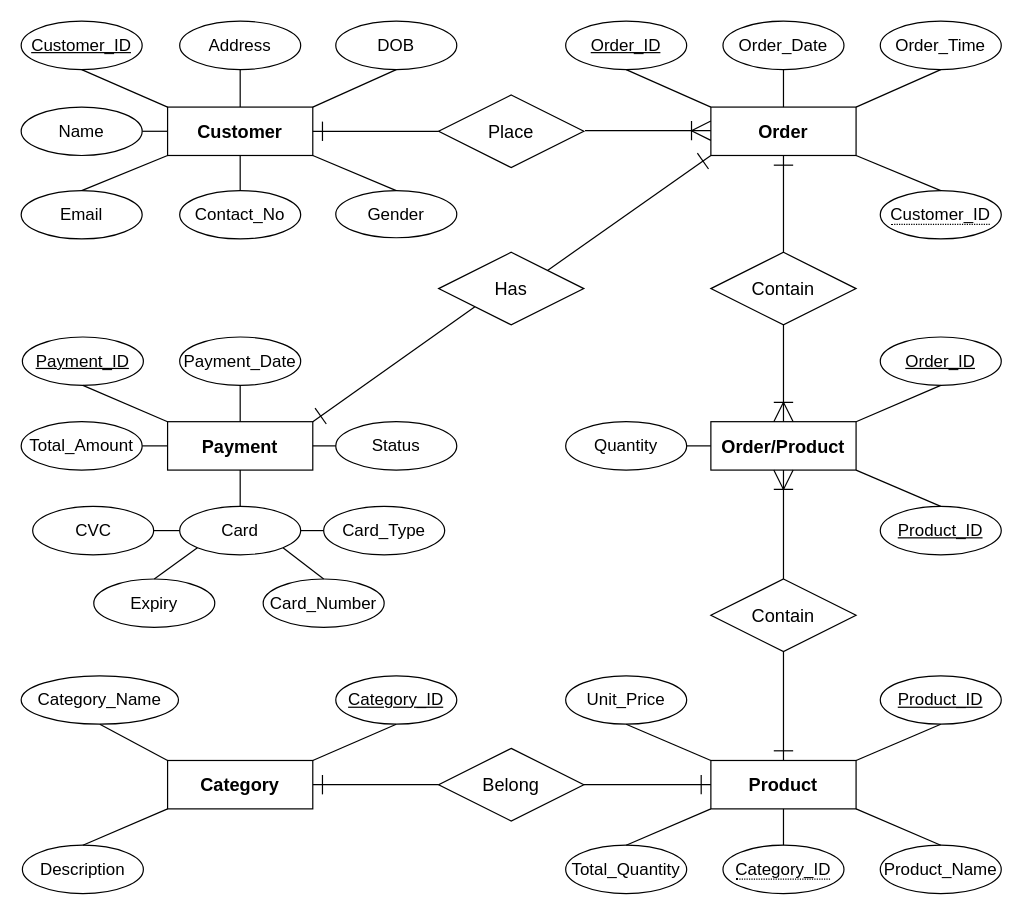
Earlier version of the draw.io diagram DDD/Sampath Food City.drawio (ThanushkarSiva1238/Database_Design). Source tidied: cells renumbered, new cells numbered last; positions are measured from the earlier drawing's top-left corner, leaving out a move shared by most shapes. Both pictures are drawn from the tidied source at 121%, with x=0, y=0 at pixel (21, 21).
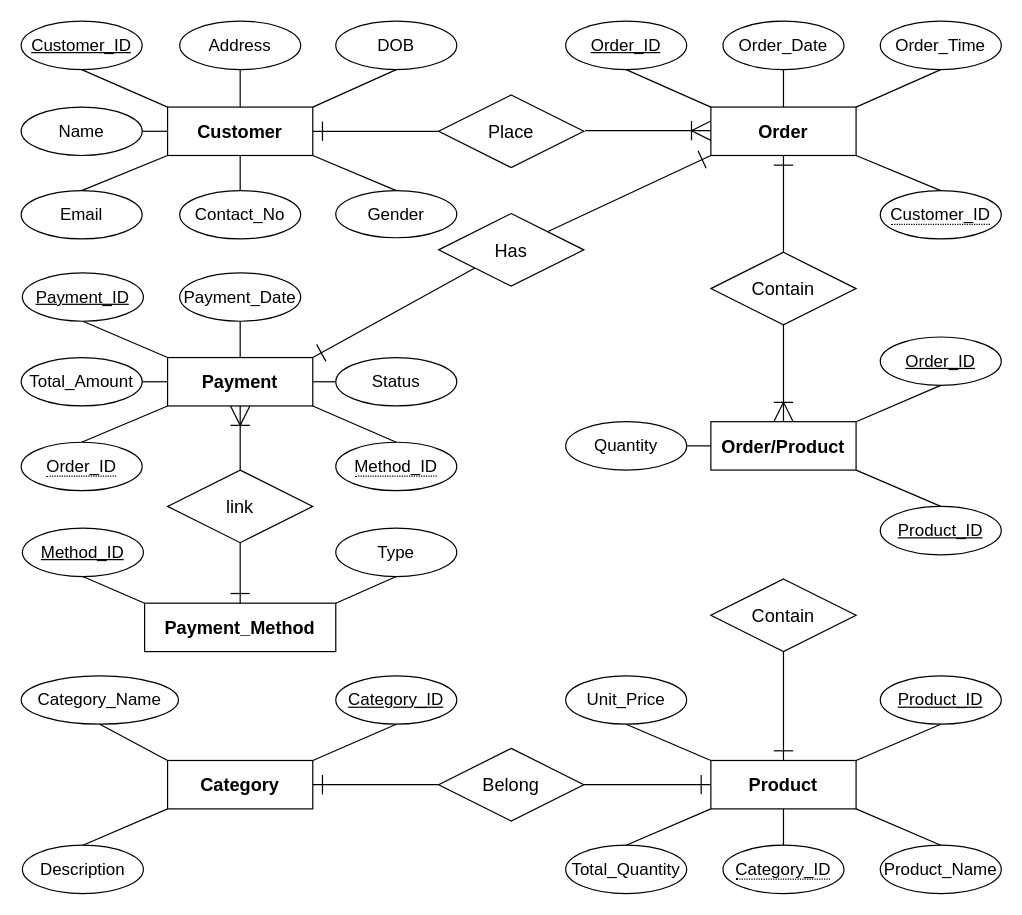
The same diagram, later.

The change refers to these unchanged cells:
```xml
<mxCell id="31" value="&lt;h3 style=&quot;border-color: var(--border-color);&quot;&gt;&lt;font style=&quot;border-color: var(--border-color); font-size: 15px;&quot; face=&quot;arial&quot;&gt;Order/Product&lt;/font&gt;&lt;/h3&gt;" style="whiteSpace=wrap;html=1;align=center;" parent="1" vertex="1">
  <mxGeometry x="570" y="331" width="120" height="40" as="geometry" />
</mxCell>
<mxCell id="39" value="&lt;span style=&quot;font-size: 15px;&quot;&gt;Contain&lt;/span&gt;" style="shape=rhombus;perimeter=rhombusPerimeter;whiteSpace=wrap;html=1;align=center;" parent="1" vertex="1">
  <mxGeometry x="570" y="461" width="120" height="60" as="geometry" />
</mxCell>
```

The edit, as a diff of the source:
```diff
@@
-    <mxCell id="40" style="endArrow=ERoneToMany;html=1;rounded=0;exitX=0.5;exitY=0;exitDx=0;exitDy=0;entryX=0.5;entryY=1;entryDx=0;entryDy=0;startArrow=none;startFill=0;targetPerimeterSpacing=13;endFill=0;endSize=14;" parent="1" edge="1" source="39" target="31">
-      <mxGeometry relative="1" as="geometry" />
-    </mxCell>
@@
     <mxCell id="61" value="&lt;h3 style=&quot;border-color: var(--border-color);&quot;&gt;&lt;font style=&quot;border-color: var(--border-color); font-size: 15px;&quot; face=&quot;arial&quot;&gt;Payment&lt;/font&gt;&lt;/h3&gt;" style="whiteSpace=wrap;html=1;align=center;" parent="1" vertex="1">
-      <mxGeometry x="121" y="331" width="120" height="40" as="geometry" />
+      <mxGeometry x="121" y="278" width="120" height="40" as="geometry" />
     </mxCell>
     <mxCell id="62" value="&lt;span style=&quot;font-size: 15px;&quot;&gt;Has&lt;/span&gt;" style="shape=rhombus;perimeter=rhombusPerimeter;whiteSpace=wrap;html=1;align=center;" parent="1" vertex="1">
-      <mxGeometry x="345" y="191" width="120" height="60" as="geometry" />
+      <mxGeometry x="345" y="159" width="120" height="60" as="geometry" />
     </mxCell>
@@
     <mxCell id="65" value="&lt;font style=&quot;font-size: 14px;&quot;&gt;Payment_ID&lt;/font&gt;" style="ellipse;whiteSpace=wrap;html=1;align=center;fontStyle=4;" parent="1" vertex="1">
-      <mxGeometry x="1" y="261" width="100" height="40" as="geometry" />
+      <mxGeometry x="1" y="208" width="100" height="40" as="geometry" />
     </mxCell>
@@
     <mxCell id="69" value="&lt;span style=&quot;font-size: 14px;&quot;&gt;Payment_Date&lt;/span&gt;" style="ellipse;whiteSpace=wrap;html=1;align=center;" parent="1" vertex="1">
-      <mxGeometry x="131" y="261" width="100" height="40" as="geometry" />
+      <mxGeometry x="131" y="208" width="100" height="40" as="geometry" />
     </mxCell>
@@
     <mxCell id="72" value="&lt;span style=&quot;font-size: 14px;&quot;&gt;Total_Amount&lt;/span&gt;" style="ellipse;whiteSpace=wrap;html=1;align=center;" parent="1" vertex="1">
-      <mxGeometry y="331" width="100" height="40" as="geometry" />
+      <mxGeometry y="278" width="100" height="40" as="geometry" />
     </mxCell>
-    <mxCell id="73" value="&lt;span style=&quot;font-size: 14px;&quot;&gt;Card&lt;/span&gt;" style="ellipse;whiteSpace=wrap;html=1;align=center;" parent="1" vertex="1">
-      <mxGeometry x="131" y="401" width="100" height="40" as="geometry" />
-    </mxCell>
-    <mxCell id="74" style="endArrow=none;html=1;rounded=0;exitX=0.5;exitY=0;exitDx=0;exitDy=0;entryX=0.5;entryY=1;entryDx=0;entryDy=0;" parent="1" edge="1" source="73" target="61">
-      <mxGeometry relative="1" as="geometry" />
-    </mxCell>
-    <mxCell id="75" value="&lt;span style=&quot;font-size: 14px;&quot;&gt;Card_Type&lt;/span&gt;" style="ellipse;whiteSpace=wrap;html=1;align=center;" parent="1" vertex="1">
-      <mxGeometry x="250" y="401" width="100" height="40" as="geometry" />
-    </mxCell>
-    <mxCell id="76" style="endArrow=none;html=1;rounded=0;exitX=0;exitY=0.5;exitDx=0;exitDy=0;entryX=1;entryY=0.5;entryDx=0;entryDy=0;" parent="1" edge="1" source="75" target="73">
-      <mxGeometry relative="1" as="geometry" />
-    </mxCell>
-    <mxCell id="77" value="&lt;span style=&quot;font-size: 14px;&quot;&gt;Card_Number&lt;/span&gt;" style="ellipse;whiteSpace=wrap;html=1;align=center;" parent="1" vertex="1">
-      <mxGeometry x="200" y="461" width="100" height="40" as="geometry" />
-    </mxCell>
-    <mxCell id="78" style="endArrow=none;html=1;rounded=0;exitX=0.5;exitY=0;exitDx=0;exitDy=0;entryX=1;entryY=1;entryDx=0;entryDy=0;" parent="1" edge="1" source="77" target="73">
-      <mxGeometry relative="1" as="geometry" />
-    </mxCell>
-    <mxCell id="79" value="&lt;span style=&quot;font-size: 14px;&quot;&gt;Expiry&lt;/span&gt;" style="ellipse;whiteSpace=wrap;html=1;align=center;" parent="1" vertex="1">
-      <mxGeometry x="60" y="461" width="100" height="40" as="geometry" />
-    </mxCell>
-    <mxCell id="80" style="endArrow=none;html=1;rounded=0;exitX=0.5;exitY=0;exitDx=0;exitDy=0;entryX=0;entryY=1;entryDx=0;entryDy=0;" parent="1" edge="1" source="79" target="73">
-      <mxGeometry relative="1" as="geometry" />
-    </mxCell>
-    <mxCell id="81" value="&lt;span style=&quot;font-size: 14px;&quot;&gt;CVC&lt;/span&gt;" style="ellipse;whiteSpace=wrap;html=1;align=center;" parent="1" vertex="1">
-      <mxGeometry x="9.5" y="401" width="100" height="40" as="geometry" />
-    </mxCell>
-    <mxCell id="82" style="endArrow=none;html=1;rounded=0;exitX=0;exitY=0.5;exitDx=0;exitDy=0;entryX=1;entryY=0.5;entryDx=0;entryDy=0;" parent="1" edge="1" source="73" target="81">
-      <mxGeometry relative="1" as="geometry" />
-    </mxCell>
     <mxCell id="83" value="&lt;span style=&quot;font-size: 14px;&quot;&gt;Status&lt;/span&gt;" style="ellipse;whiteSpace=wrap;html=1;align=center;" parent="1" vertex="1">
-      <mxGeometry x="260" y="331" width="100" height="40" as="geometry" />
+      <mxGeometry x="260" y="278" width="100" height="40" as="geometry" />
     </mxCell>
@@
+    <mxCell id="85" value="&lt;span style=&quot;border-bottom: 1px dotted&quot;&gt;&lt;font style=&quot;font-size: 14px;&quot;&gt;Order_ID&lt;/font&gt;&lt;/span&gt;" style="ellipse;whiteSpace=wrap;html=1;align=center;" parent="1" vertex="1">
+      <mxGeometry y="348" width="100" height="40" as="geometry" />
+    </mxCell>
+    <mxCell id="86" style="endArrow=none;html=1;rounded=0;exitX=0;exitY=1;exitDx=0;exitDy=0;entryX=0.5;entryY=0;entryDx=0;entryDy=0;" parent="1" edge="1" source="61" target="85">
+      <mxGeometry relative="1" as="geometry" />
+    </mxCell>
+    <mxCell id="87" value="&lt;span style=&quot;font-size: 15px;&quot;&gt;link&lt;/span&gt;" style="shape=rhombus;perimeter=rhombusPerimeter;whiteSpace=wrap;html=1;align=center;" parent="1" vertex="1">
+      <mxGeometry x="121" y="371" width="120" height="60" as="geometry" />
+    </mxCell>
+    <mxCell id="88" value="&lt;h3 style=&quot;border-color: var(--border-color);&quot;&gt;&lt;font style=&quot;border-color: var(--border-color); font-size: 15px;&quot; face=&quot;arial&quot;&gt;Payment_Method&lt;/font&gt;&lt;/h3&gt;" style="whiteSpace=wrap;html=1;align=center;" parent="1" vertex="1">
+      <mxGeometry x="102" y="481" width="158" height="40" as="geometry" />
+    </mxCell>
+    <mxCell id="89" style="endArrow=none;html=1;rounded=0;exitX=0.5;exitY=0;exitDx=0;exitDy=0;startArrow=ERone;startFill=0;targetPerimeterSpacing=13;endSize=6;startSize=14;entryX=0.5;entryY=1;entryDx=0;entryDy=0;" parent="1" edge="1" source="88" target="87">
+      <mxGeometry relative="1" as="geometry" />
+    </mxCell>
+    <mxCell id="90" style="endArrow=ERoneToMany;html=1;rounded=0;exitX=0.5;exitY=0;exitDx=0;exitDy=0;entryX=0.5;entryY=1;entryDx=0;entryDy=0;startArrow=none;startFill=0;targetPerimeterSpacing=13;endFill=0;endSize=14;" parent="1" edge="1" source="87" target="61">
+      <mxGeometry relative="1" as="geometry" />
+    </mxCell>
+    <mxCell id="91" value="&lt;font style=&quot;font-size: 14px;&quot;&gt;Method_ID&lt;/font&gt;" style="ellipse;whiteSpace=wrap;html=1;align=center;fontStyle=4;" parent="1" vertex="1">
+      <mxGeometry x="1" y="419" width="100" height="40" as="geometry" />
+    </mxCell>
+    <mxCell id="92" style="endArrow=none;html=1;rounded=0;exitX=0;exitY=0;exitDx=0;exitDy=0;entryX=0.5;entryY=1;entryDx=0;entryDy=0;" parent="1" edge="1" source="88" target="91">
+      <mxGeometry relative="1" as="geometry" />
+    </mxCell>
+    <mxCell id="93" style="endArrow=none;html=1;rounded=0;exitX=1;exitY=0;exitDx=0;exitDy=0;entryX=0.5;entryY=1;entryDx=0;entryDy=0;" parent="1" edge="1" source="88" target="94">
+      <mxGeometry relative="1" as="geometry" />
+    </mxCell>
+    <mxCell id="94" value="&lt;span style=&quot;font-size: 14px;&quot;&gt;Type&lt;/span&gt;" style="ellipse;whiteSpace=wrap;html=1;align=center;" parent="1" vertex="1">
+      <mxGeometry x="260" y="419" width="100" height="40" as="geometry" />
+    </mxCell>
+    <mxCell id="95" value="&lt;span style=&quot;border-bottom: 1px dotted&quot;&gt;&lt;font style=&quot;font-size: 14px;&quot;&gt;Method_ID&lt;/font&gt;&lt;/span&gt;" style="ellipse;whiteSpace=wrap;html=1;align=center;" parent="1" vertex="1">
+      <mxGeometry x="260" y="348" width="100" height="40" as="geometry" />
+    </mxCell>
+    <mxCell id="96" style="endArrow=none;html=1;rounded=0;exitX=1;exitY=1;exitDx=0;exitDy=0;entryX=0.5;entryY=0;entryDx=0;entryDy=0;" parent="1" edge="1" source="61" target="95">
+      <mxGeometry relative="1" as="geometry" />
+    </mxCell>
```
